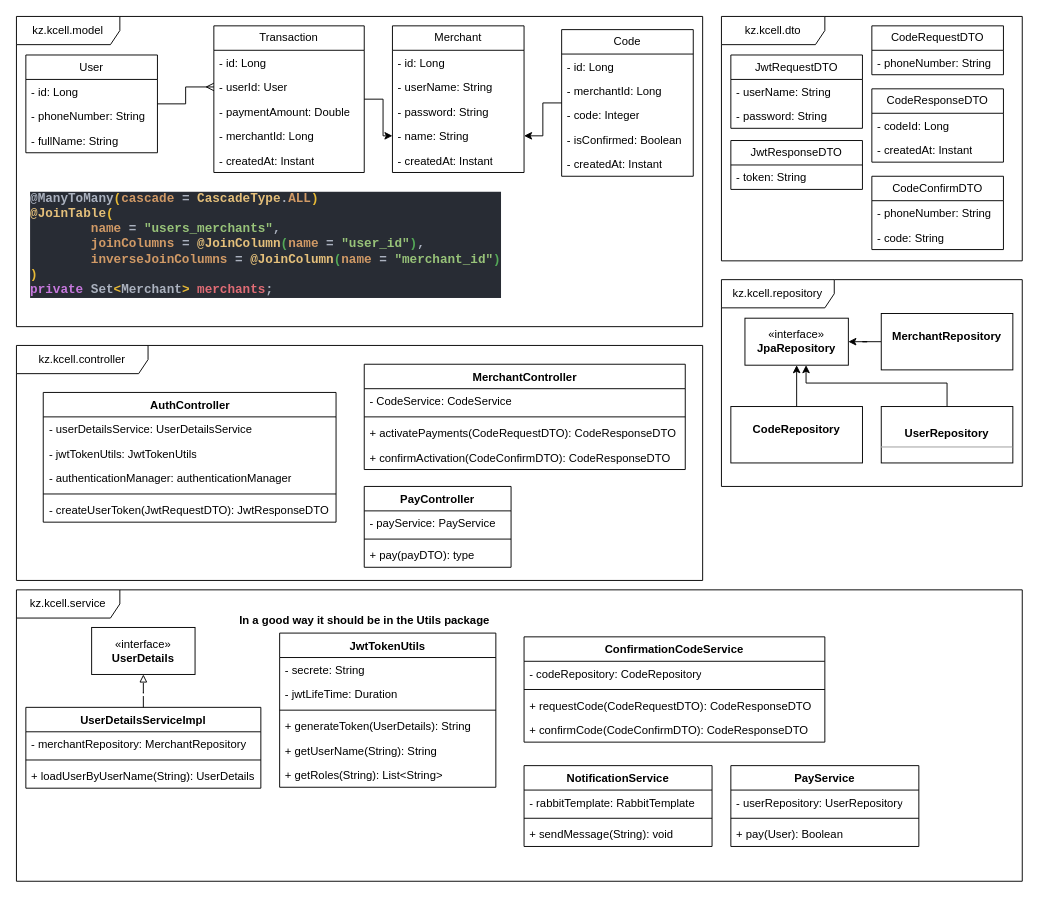
Earlier version of the draw.io diagram solution/assets/UmlclassDiagram.drawio (GearSL/Kcell-SA-TestTask). Source tidied: cells renumbered, new cells numbered last; positions are measured from the earlier drawing's top-left corner, leaving out a move shared by most shapes. Both pictures are drawn from the tidied source at 94%, with x=0, y=0 at pixel (16, 16).
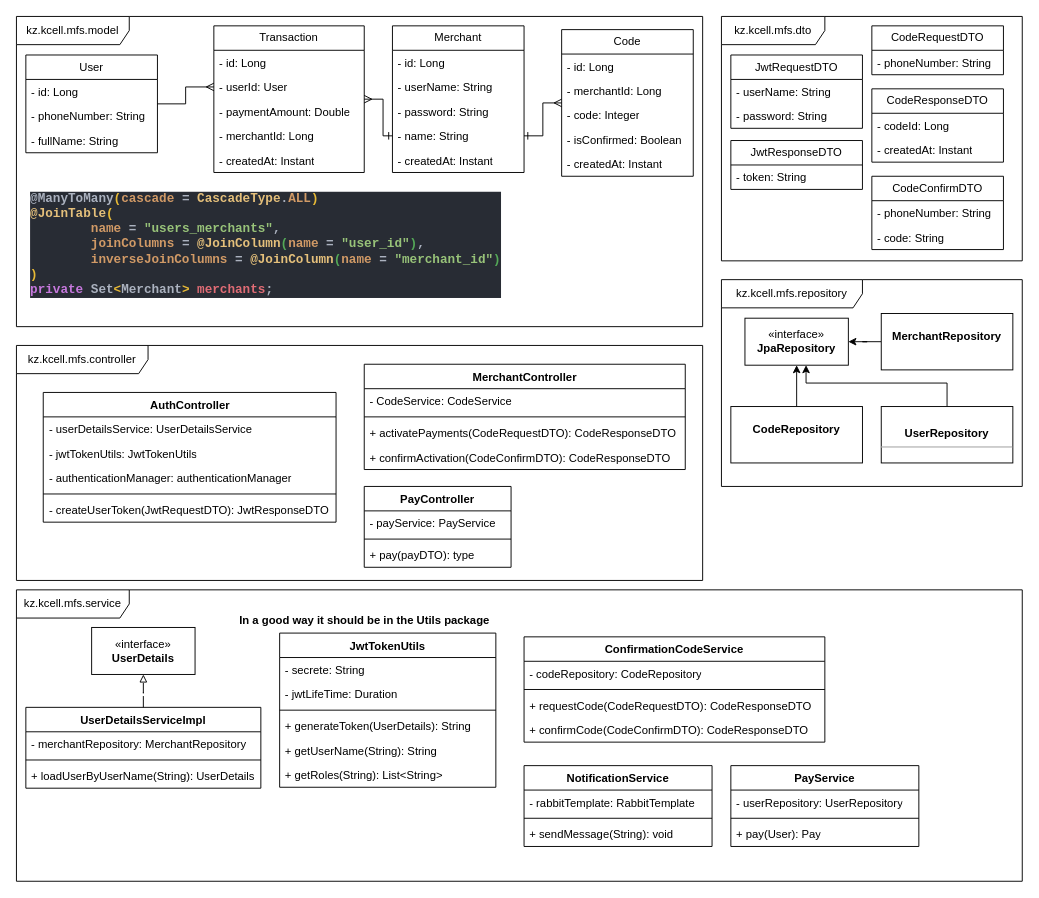
Above is the later version.

Commit message (it also covers changes not shown here):
fix: uml class diagram small fixes

The change refers to these unchanged cells:
```xml
<mxCell id="8" value="Transaction" style="swimlane;fontStyle=0;horizontal=1;startSize=26;fillColor=none;whiteSpace=wrap;html=1;" parent="1" vertex="1">
  <mxGeometry x="210" y="10" width="160" height="156" as="geometry" />
</mxCell>
<mxCell id="19" value="- name: String" style="text;strokeColor=none;fillColor=none;align=left;verticalAlign=top;spacingLeft=4;spacingRight=4;overflow=hidden;points=[[0,0.5],[1,0.5]];portConstraint=eastwest;whiteSpace=wrap;html=1;" parent="15" vertex="1">
  <mxGeometry y="104" width="140" height="26" as="geometry" />
</mxCell>
<mxCell id="23" value="Code" style="swimlane;fontStyle=0;horizontal=1;startSize=26;fillColor=none;whiteSpace=wrap;html=1;" parent="1" vertex="1">
  <mxGeometry x="580" y="14" width="140" height="156" as="geometry" />
</mxCell>
<mxCell id="43" style="group;" parent="1" vertex="1">
  <mxGeometry x="750" y="280" width="320" height="220" as="geometry" />
</mxCell>
<mxCell id="80" value="PayService" style="swimlane;fontStyle=1;align=center;verticalAlign=top;horizontal=1;startSize=26;whiteSpace=wrap;html=1;" parent="1" vertex="1">
  <mxGeometry x="760" y="797" width="200" height="86" as="geometry" />
</mxCell>
```

The edit, as a diff of the source:
```diff
@@
-    <mxCell id="6" value="kz.kcell.model" style="shape=umlFrame;whiteSpace=wrap;html=1;width=110;height=30;" parent="1" vertex="1">
+    <mxCell id="6" value="kz.kcell.mfs.model" style="shape=umlFrame;whiteSpace=wrap;html=1;width=120;height=30;" parent="1" vertex="1">
       <mxGeometry width="730" height="330" as="geometry" />
     </mxCell>
-    <mxCell id="7" style="edgeStyle=orthogonalEdgeStyle;rounded=0;jettySize=auto;html=1;" parent="1" edge="1" source="8" target="19">
+    <mxCell id="7" style="edgeStyle=orthogonalEdgeStyle;rounded=0;jettySize=auto;html=1;startArrow=ERmany;startFill=0;endArrow=ERone;endFill=0;" parent="1" edge="1" source="8" target="19">
       <mxGeometry relative="1" as="geometry" />
     </mxCell>
@@
-    <mxCell id="22" style="edgeStyle=orthogonalEdgeStyle;rounded=0;jettySize=auto;html=1;" parent="1" edge="1" source="23" target="19">
+    <mxCell id="22" style="edgeStyle=orthogonalEdgeStyle;rounded=0;jettySize=auto;html=1;startArrow=ERmany;startFill=0;endArrow=ERone;endFill=0;" parent="1" edge="1" source="23" target="19">
       <mxGeometry relative="1" as="geometry" />
     </mxCell>
@@
-    <mxCell id="29" value="kz.kcell.dto" style="shape=umlFrame;whiteSpace=wrap;html=1;width=110;height=30;" parent="1" vertex="1">
+    <mxCell id="29" value="kz.kcell.mfs.dto" style="shape=umlFrame;whiteSpace=wrap;html=1;width=110;height=30;" parent="1" vertex="1">
       <mxGeometry x="750" width="320" height="260" as="geometry" />
     </mxCell>
@@
-    <mxCell id="44" value="kz.kcell.repository" style="shape=umlFrame;whiteSpace=wrap;html=1;width=120;height=30;" parent="43" vertex="1">
+    <mxCell id="44" value="kz.kcell.mfs.repository" style="shape=umlFrame;whiteSpace=wrap;html=1;width=150;height=30;" parent="43" vertex="1">
       <mxGeometry width="320" height="220" as="geometry" />
     </mxCell>
@@
-    <mxCell id="52" value="kz.kcell.controller" style="shape=umlFrame;whiteSpace=wrap;html=1;width=140;height=30;" parent="1" vertex="1">
+    <mxCell id="52" value="kz.kcell.mfs.controller" style="shape=umlFrame;whiteSpace=wrap;html=1;width=140;height=30;" parent="1" vertex="1">
       <mxGeometry y="350" width="730" height="250" as="geometry" />
     </mxCell>
@@
-    <mxCell id="72" value="kz.kcell.service" style="shape=umlFrame;whiteSpace=wrap;html=1;width=110;height=30;" parent="1" vertex="1">
+    <mxCell id="72" value="kz.kcell.mfs.service" style="shape=umlFrame;whiteSpace=wrap;html=1;width=120;height=30;" parent="1" vertex="1">
       <mxGeometry y="610" width="1070" height="310" as="geometry" />
     </mxCell>
@@
-    <mxCell id="83" value="+ pay(User): Boolean" style="text;strokeColor=none;fillColor=none;align=left;verticalAlign=top;spacingLeft=4;spacingRight=4;overflow=hidden;whiteSpace=wrap;html=1;" parent="80" vertex="1">
+    <mxCell id="83" value="+ pay(User): Pay" style="text;strokeColor=none;fillColor=none;align=left;verticalAlign=top;spacingLeft=4;spacingRight=4;overflow=hidden;whiteSpace=wrap;html=1;" parent="80" vertex="1">
       <mxGeometry y="60" width="200" height="26" as="geometry" />
     </mxCell>
```
